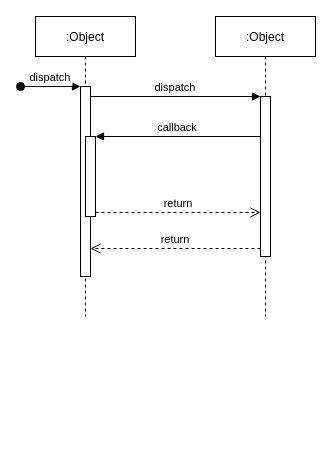
Earlier version of the draw.io diagram Untitled Diagram.drawio (CherryCheng/better). Source tidied: cells renumbered, new cells numbered last; positions are measured from the earlier drawing's top-left corner, leaving out a move shared by most shapes. Both pictures are drawn from the tidied source at 100%, with x=0, y=0 at pixel (20, 16).
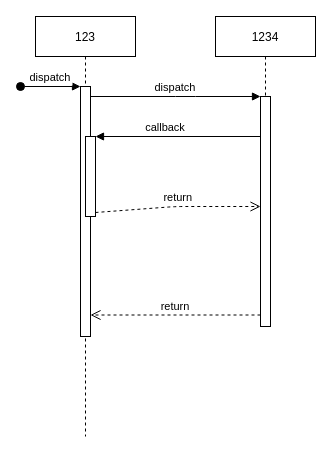
After the change.

Diff of the diagram source:
```diff
@@
 <mxGraphModel>
   <root>
     <mxCell id="0" />
     <mxCell id="1" parent="0" />
-    <mxCell id="2" value=":Object" style="shape=umlLifeline;perimeter=lifelinePerimeter;rounded=0;shadow=0;strokeWidth=1;" parent="1" vertex="1">
-      <mxGeometry x="15" width="100" height="300" as="geometry" />
+    <mxCell id="2" value="123" style="shape=umlLifeline;perimeter=lifelinePerimeter;rounded=0;shadow=0;strokeWidth=1;" parent="1" vertex="1">
+      <mxGeometry x="15" width="100" height="420" as="geometry" />
     </mxCell>
     <mxCell id="3" style="points=[];perimeter=orthogonalPerimeter;rounded=0;shadow=0;strokeWidth=1;" parent="2" vertex="1">
-      <mxGeometry x="45" y="70" width="10" height="190" as="geometry" />
+      <mxGeometry x="45" y="70" width="10" height="250" as="geometry" />
     </mxCell>
     <mxCell id="4" value="dispatch" style="verticalAlign=bottom;startArrow=oval;endArrow=block;startSize=8;shadow=0;strokeWidth=1;" parent="2" edge="1" target="3">
       <mxGeometry relative="1" as="geometry">
         <mxPoint x="-15" y="70" as="sourcePoint" />
       </mxGeometry>
     </mxCell>
     <mxCell id="5" style="points=[];perimeter=orthogonalPerimeter;rounded=0;shadow=0;strokeWidth=1;" parent="2" vertex="1">
       <mxGeometry x="50" y="120" width="10" height="80" as="geometry" />
     </mxCell>
-    <mxCell id="6" value=":Object" style="shape=umlLifeline;perimeter=lifelinePerimeter;rounded=0;shadow=0;strokeWidth=1;" parent="1" vertex="1">
-      <mxGeometry x="195" width="100" height="300" as="geometry" />
+    <mxCell id="6" value="1234" style="shape=umlLifeline;perimeter=lifelinePerimeter;rounded=0;shadow=0;strokeWidth=1;" parent="1" vertex="1">
+      <mxGeometry x="195" width="100" height="310" as="geometry" />
     </mxCell>
     <mxCell id="7" style="points=[];perimeter=orthogonalPerimeter;rounded=0;shadow=0;strokeWidth=1;" parent="6" vertex="1">
-      <mxGeometry x="45" y="80" width="10" height="160" as="geometry" />
+      <mxGeometry x="45" y="80" width="10" height="230" as="geometry" />
     </mxCell>
     <mxCell id="8" value="return" style="verticalAlign=bottom;endArrow=open;dashed=1;endSize=8;exitX=0;exitY=0.95;shadow=0;strokeWidth=1;" parent="1" edge="1" source="7" target="3">
       <mxGeometry relative="1" as="geometry" />
     </mxCell>
     <mxCell id="9" value="dispatch" style="verticalAlign=bottom;endArrow=block;entryX=0;entryY=0;shadow=0;strokeWidth=1;" parent="1" edge="1" source="3" target="7">
-      <mxGeometry relative="1" as="geometry" />
+      <mxGeometry relative="1" as="geometry">
+        <Array as="points">
+          <mxPoint x="165" y="80" />
+        </Array>
+      </mxGeometry>
     </mxCell>
+    <mxCell id="11" value="return" style="verticalAlign=bottom;endArrow=open;dashed=1;endSize=8;exitX=1;exitY=0.95;shadow=0;strokeWidth=1;" parent="1" edge="1" source="5" target="7">
+      <mxGeometry relative="1" as="geometry">
+        <Array as="points">
+          <mxPoint x="155" y="190" />
+        </Array>
+      </mxGeometry>
+    </mxCell>
-    <mxCell id="10" value="callback" style="verticalAlign=bottom;endArrow=block;entryX=1;entryY=0;shadow=0;strokeWidth=1;" parent="1" edge="1" source="7" target="5">
-      <mxGeometry relative="1" as="geometry" />
+    <mxCell id="10" value="callback" style="verticalAlign=bottom;endArrow=block;shadow=0;strokeWidth=1;entryX=1;entryY=0;entryDx=0;entryDy=0;" parent="1" edge="1" source="7" target="5">
+      <mxGeometry x="0.15" relative="1" as="geometry" />
     </mxCell>
-    <mxCell id="11" value="return" style="verticalAlign=bottom;endArrow=open;dashed=1;endSize=8;exitX=1;exitY=0.95;shadow=0;strokeWidth=1;" parent="1" edge="1" source="5" target="7">
-      <mxGeometry relative="1" as="geometry" />
-    </mxCell>
   </root>
 </mxGraphModel>
```
